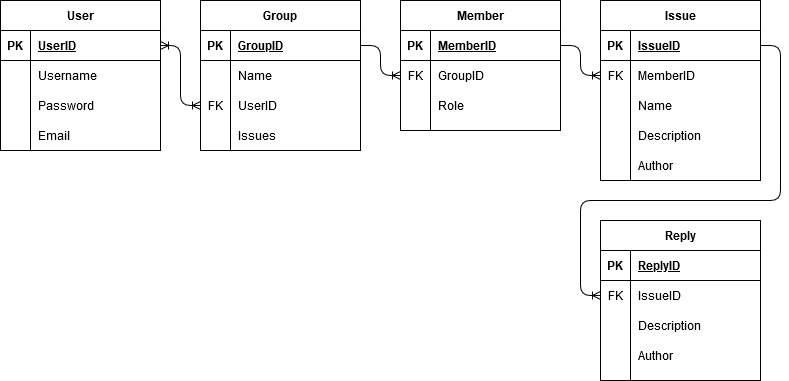
This is ERD.png from MWaldrep2000/COP4331-26-Large-Project, a draw.io export, as it was before one commit. Source tidied: cells renumbered, new cells last; positions are measured from the earlier drawing's top-left corner, leaving out a move shared by most shapes.
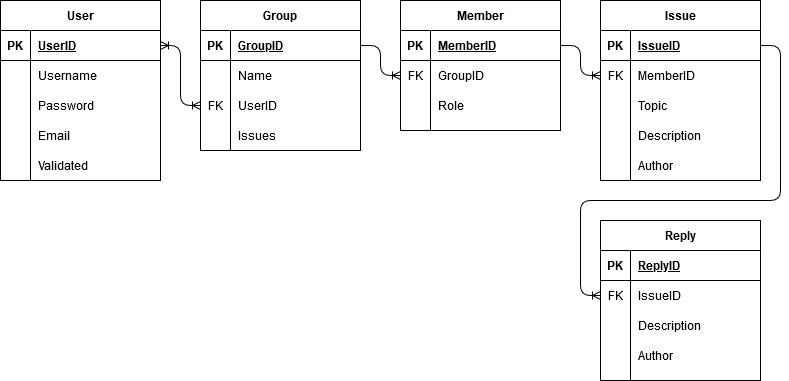
The same diagram one commit later.

What changed in the source:
```diff
@@ -22,7 +22,7 @@
       <mxGeometry relative="1" as="geometry" />
     </mxCell>
     <mxCell id="6" value="User" style="shape=table;startSize=30;rowLines=0;fontStyle=1;align=center;" parent="1" vertex="1">
-      <mxGeometry width="160" height="150" as="geometry" />
+      <mxGeometry width="160" height="180" as="geometry" />
     </mxCell>
     <mxCell id="7" style="shape=partialRectangle;fillColor=none;top=0;left=0;bottom=1;right=0;points=[[0,0.5],[1,0.5]];portConstraint=eastwest;" parent="6" vertex="1">
       <mxGeometry y="30" width="160" height="30" as="geometry" />
@@ -60,6 +60,15 @@
     <mxCell id="18" value="Email" style="shape=partialRectangle;fillColor=none;top=0;left=0;bottom=0;right=0;align=left;spacingLeft=6;overflow=hidden;" parent="16" vertex="1">
       <mxGeometry x="30" width="130" height="30" as="geometry" />
     </mxCell>
+    <mxCell id="71" style="shape=partialRectangle;fillColor=none;top=0;left=0;bottom=0;right=0;" parent="6" vertex="1">
+      <mxGeometry y="150" width="160" height="30" as="geometry" />
+    </mxCell>
+    <mxCell id="72" style="shape=partialRectangle;fillColor=none;top=0;left=0;bottom=0;right=0;overflow=hidden;" parent="71" vertex="1">
+      <mxGeometry width="30" height="30" as="geometry" />
+    </mxCell>
+    <mxCell id="73" value="Validated" style="shape=partialRectangle;fillColor=none;top=0;left=0;bottom=0;right=0;align=left;spacingLeft=6;overflow=hidden;" parent="71" vertex="1">
+      <mxGeometry x="30" width="130" height="30" as="geometry" />
+    </mxCell>
     <mxCell id="19" value="Group" style="shape=table;startSize=30;rowLines=0;fontStyle=1;align=center;" parent="1" vertex="1">
       <mxGeometry x="200" width="160" height="150" as="geometry" />
     </mxCell>
@@ -156,7 +165,7 @@
     <mxCell id="50" style="shape=partialRectangle;fillColor=none;top=0;left=0;bottom=0;right=0;overflow=hidden;" parent="49" vertex="1">
       <mxGeometry width="30" height="30" as="geometry" />
     </mxCell>
-    <mxCell id="51" value="Name" style="shape=partialRectangle;fillColor=none;top=0;left=0;bottom=0;right=0;align=left;spacingLeft=6;overflow=hidden;" parent="49" vertex="1">
+    <mxCell id="51" value="Topic" style="shape=partialRectangle;fillColor=none;top=0;left=0;bottom=0;right=0;align=left;spacingLeft=6;overflow=hidden;" parent="49" vertex="1">
       <mxGeometry x="30" width="130" height="30" as="geometry" />
     </mxCell>
     <mxCell id="52" style="shape=partialRectangle;fillColor=none;top=0;left=0;bottom=0;right=0;" parent="42" vertex="1">
```
